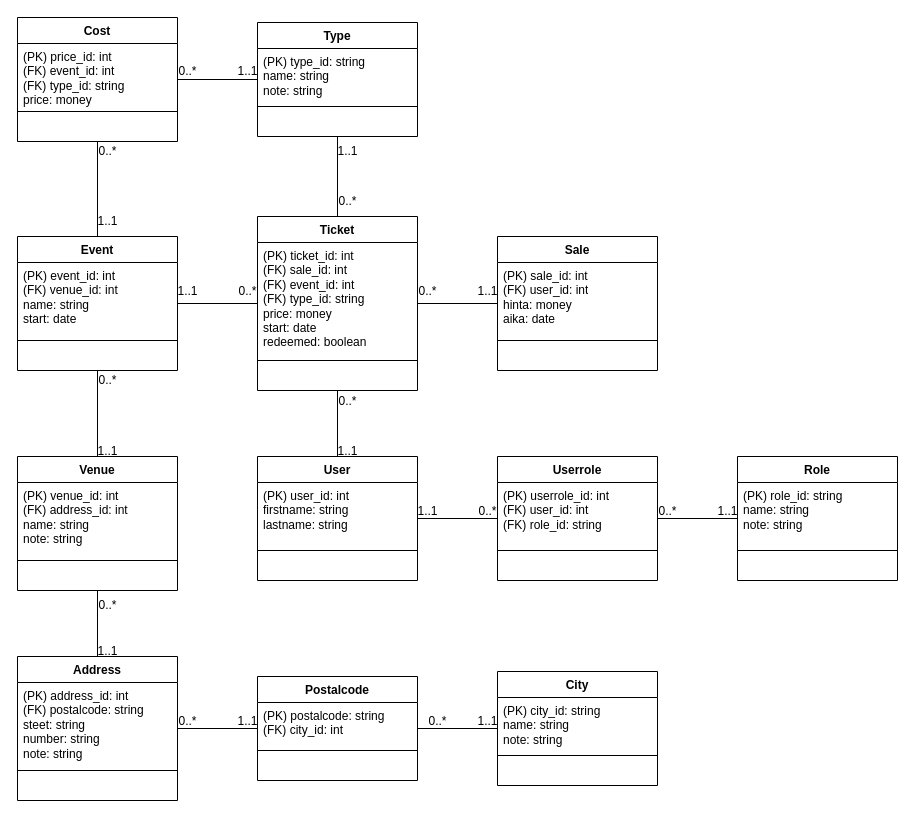
Above: resources/DB_TicketGuru.drawio in jaolim/TicketGuru (draw.io), before the change. Source tidied: cells renumbered, new cells numbered last; positions are measured from the earlier drawing's top-left corner, leaving out a move shared by most shapes. Both pictures are drawn from the tidied source at 100%, with x=0, y=0 at pixel (17, 17).
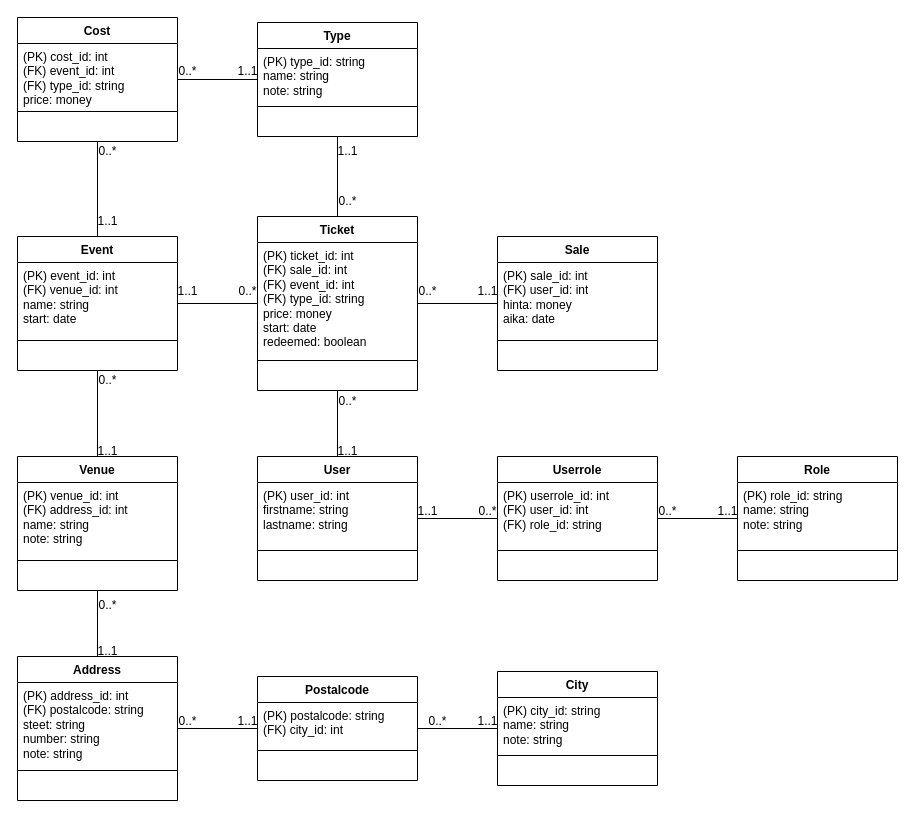
The same page after the edit.

Commit message (it also covers changes not shown here):
Cost taulun avain muutettu johdonmukaiseksi

Unchanged cells that the change refers to:
```xml
<mxCell id="51" value="Cost" style="swimlane;fontStyle=1;align=center;verticalAlign=top;horizontal=1;startSize=26;whiteSpace=wrap;html=1;" parent="1" vertex="1">
  <mxGeometry width="160" height="124" as="geometry" />
</mxCell>
```

Diff of the diagram source:
```diff
@@
-    <mxCell id="52" value="(PK) price_id: int&lt;div&gt;&lt;span style=&quot;background-color: transparent; color: light-dark(rgb(0, 0, 0), rgb(255, 255, 255));&quot;&gt;(FK) event_id: int&lt;/span&gt;&lt;/div&gt;&lt;div&gt;&lt;span style=&quot;background-color: transparent; color: light-dark(rgb(0, 0, 0), rgb(255, 255, 255));&quot;&gt;(FK) type_id: string&lt;/span&gt;&lt;/div&gt;&lt;div&gt;price: money&lt;/div&gt;" style="text;strokeColor=none;fillColor=none;align=left;verticalAlign=top;spacingLeft=4;spacingRight=4;overflow=hidden;whiteSpace=wrap;html=1;" parent="51" vertex="1">
+    <mxCell id="52" value="(PK) cost_id: int&lt;div&gt;&lt;span style=&quot;background-color: transparent; color: light-dark(rgb(0, 0, 0), rgb(255, 255, 255));&quot;&gt;(FK) event_id: int&lt;/span&gt;&lt;/div&gt;&lt;div&gt;&lt;span style=&quot;background-color: transparent; color: light-dark(rgb(0, 0, 0), rgb(255, 255, 255));&quot;&gt;(FK) type_id: string&lt;/span&gt;&lt;/div&gt;&lt;div&gt;price: money&lt;/div&gt;" style="text;strokeColor=none;fillColor=none;align=left;verticalAlign=top;spacingLeft=4;spacingRight=4;overflow=hidden;whiteSpace=wrap;html=1;" parent="51" vertex="1">
       <mxGeometry y="26" width="160" height="64" as="geometry" />
     </mxCell>
```
